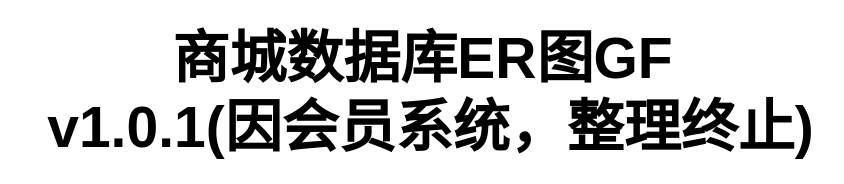
The draw.io diagram er/tf/会员中心.drawio in GF521123/file, before the edit. Source tidied: cells renumbered, new cells numbered last; positions are measured from the earlier drawing's top-left corner, leaving out a move shared by most shapes. Both pictures are drawn from the tidied source at 100%, with x=0, y=0 at pixel (17, 17).
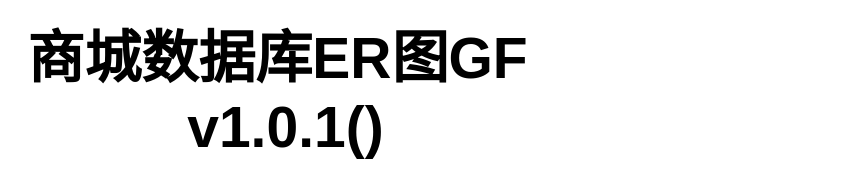
After the change.

Commit message (it also covers changes not shown here):
更新会员中心.drawio

Diff of the diagram source:
```diff
@@
 <mxGraphModel>
   <root>
     <mxCell id="0" />
     <mxCell id="1" parent="0" />
-    <mxCell id="2" value="&lt;font size=&quot;1&quot; color=&quot;#000000&quot;&gt;&lt;b style=&quot;font-size: 57px;&quot;&gt;商城数据库ER图&lt;/b&gt;&lt;/font&gt;&lt;b style=&quot;color: rgb(0, 0, 0); font-size: 57px;&quot;&gt;GF&lt;/b&gt;&lt;font size=&quot;1&quot; color=&quot;#000000&quot;&gt;&lt;b style=&quot;font-size: 57px;&quot;&gt;&lt;br&gt;&amp;nbsp;v1.0.1(因会员系统，整理终止)&lt;/b&gt;&lt;/font&gt;" style="text;html=1;align=center;verticalAlign=middle;strokeColor=none;fillColor=none;fontSize=13;fontColor=#CCCCCC;" parent="1" vertex="1">
-      <mxGeometry width="810" height="150" as="geometry" />
+    <mxCell id="2" value="&lt;font size=&quot;1&quot; color=&quot;#000000&quot;&gt;&lt;b style=&quot;font-size: 57px;&quot;&gt;商城数据库ER图&lt;/b&gt;&lt;/font&gt;&lt;b style=&quot;color: rgb(0, 0, 0); font-size: 57px;&quot;&gt;GF&lt;/b&gt;&lt;font size=&quot;1&quot; color=&quot;#000000&quot;&gt;&lt;b style=&quot;font-size: 57px;&quot;&gt;&lt;br&gt;&amp;nbsp;v1.0.1()&lt;/b&gt;&lt;/font&gt;" style="text;html=1;align=center;verticalAlign=middle;strokeColor=none;fillColor=none;fontSize=13;fontColor=#CCCCCC;" parent="1" vertex="1">
+      <mxGeometry width="520" height="150" as="geometry" />
     </mxCell>
   </root>
 </mxGraphModel>
```
